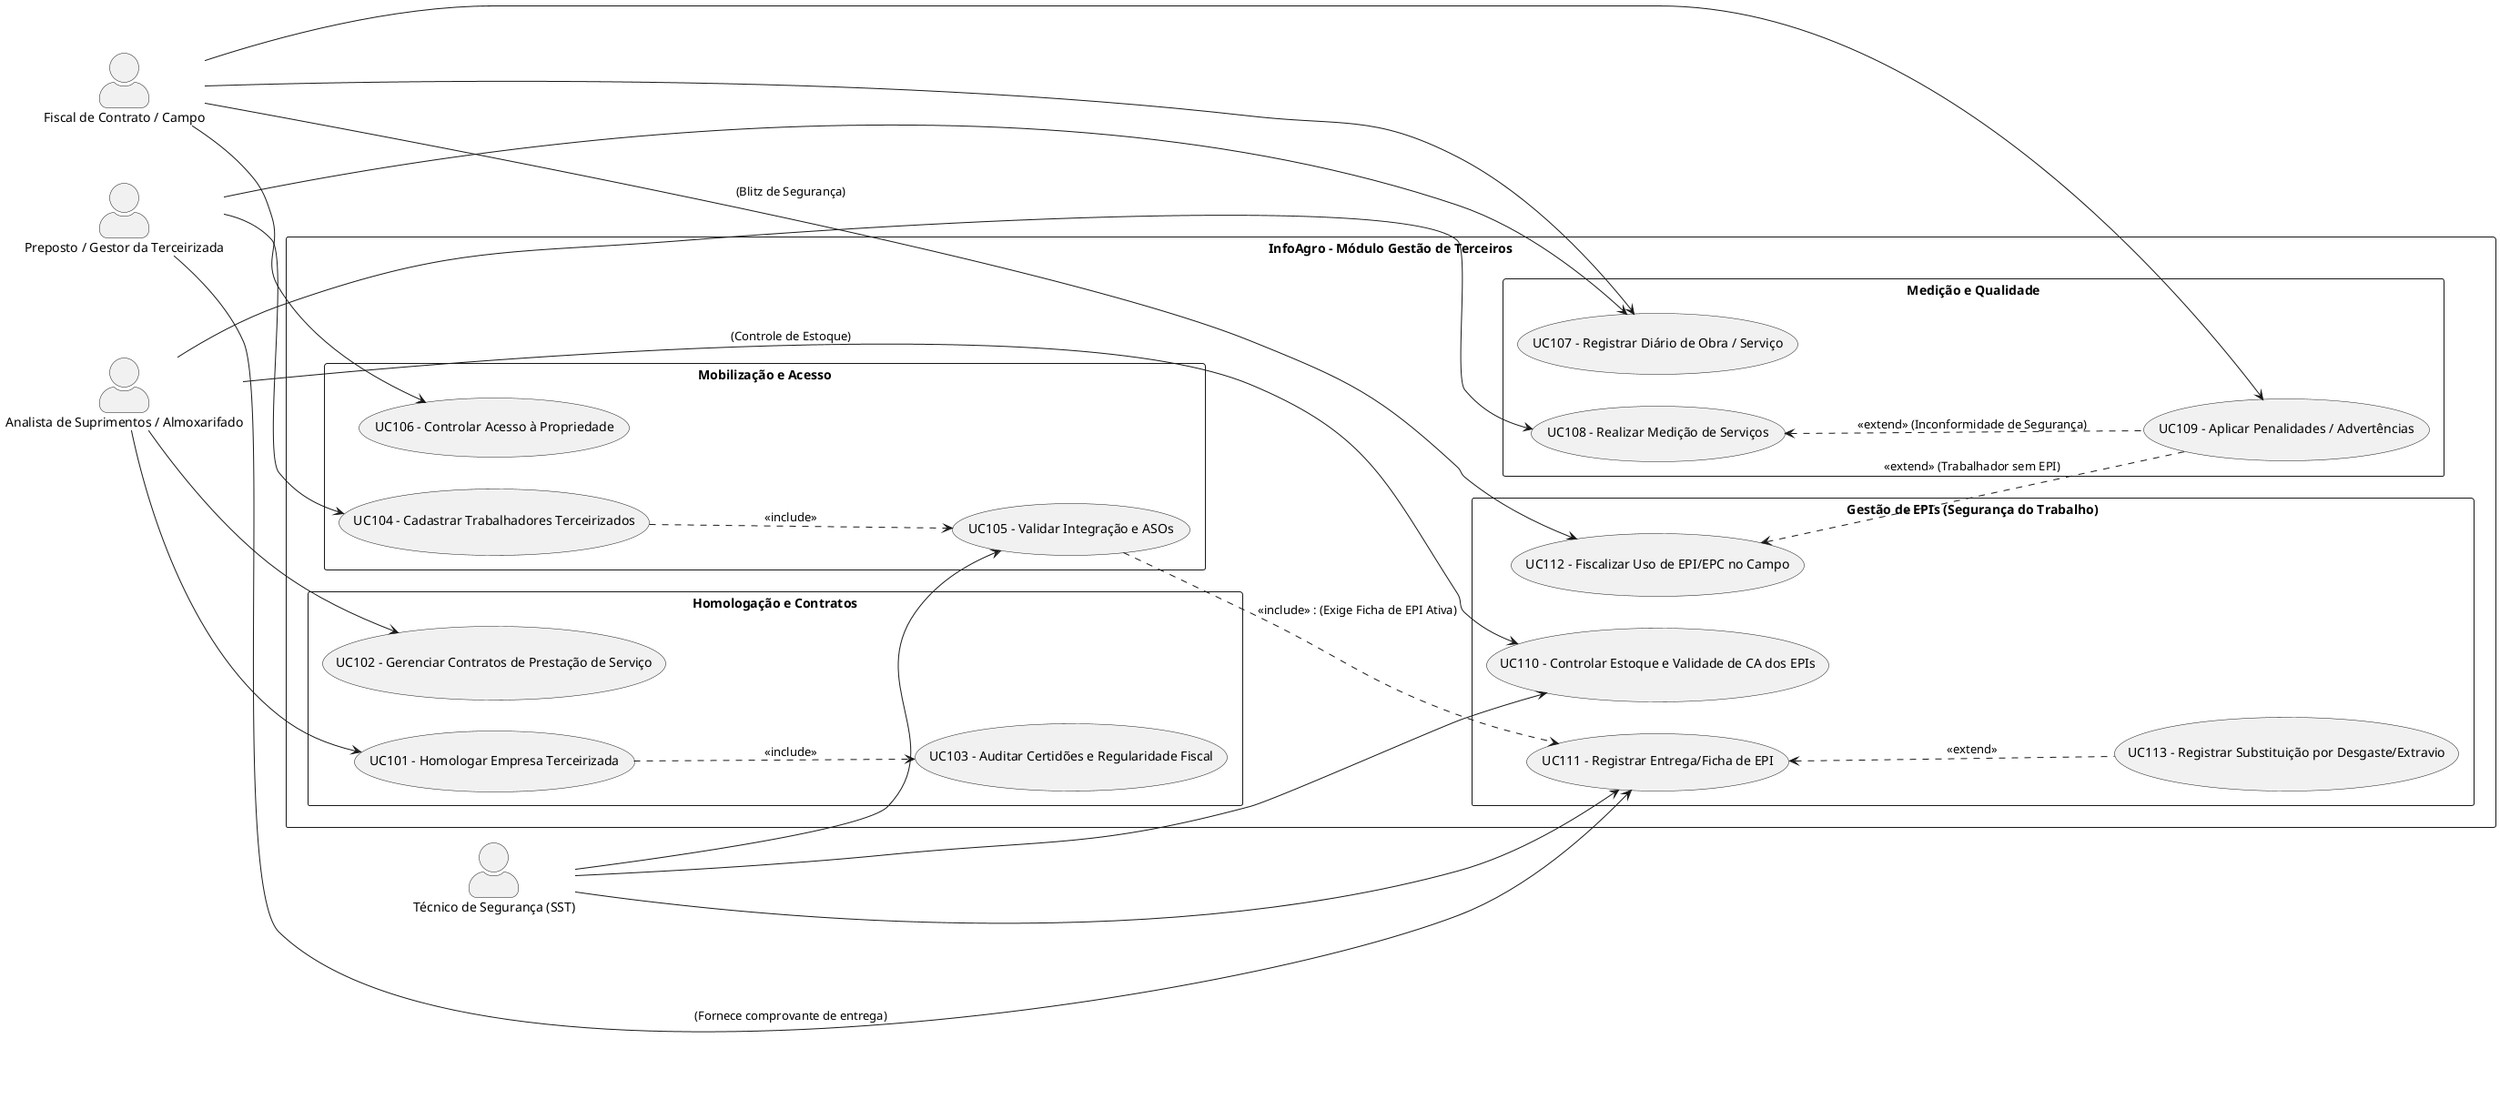
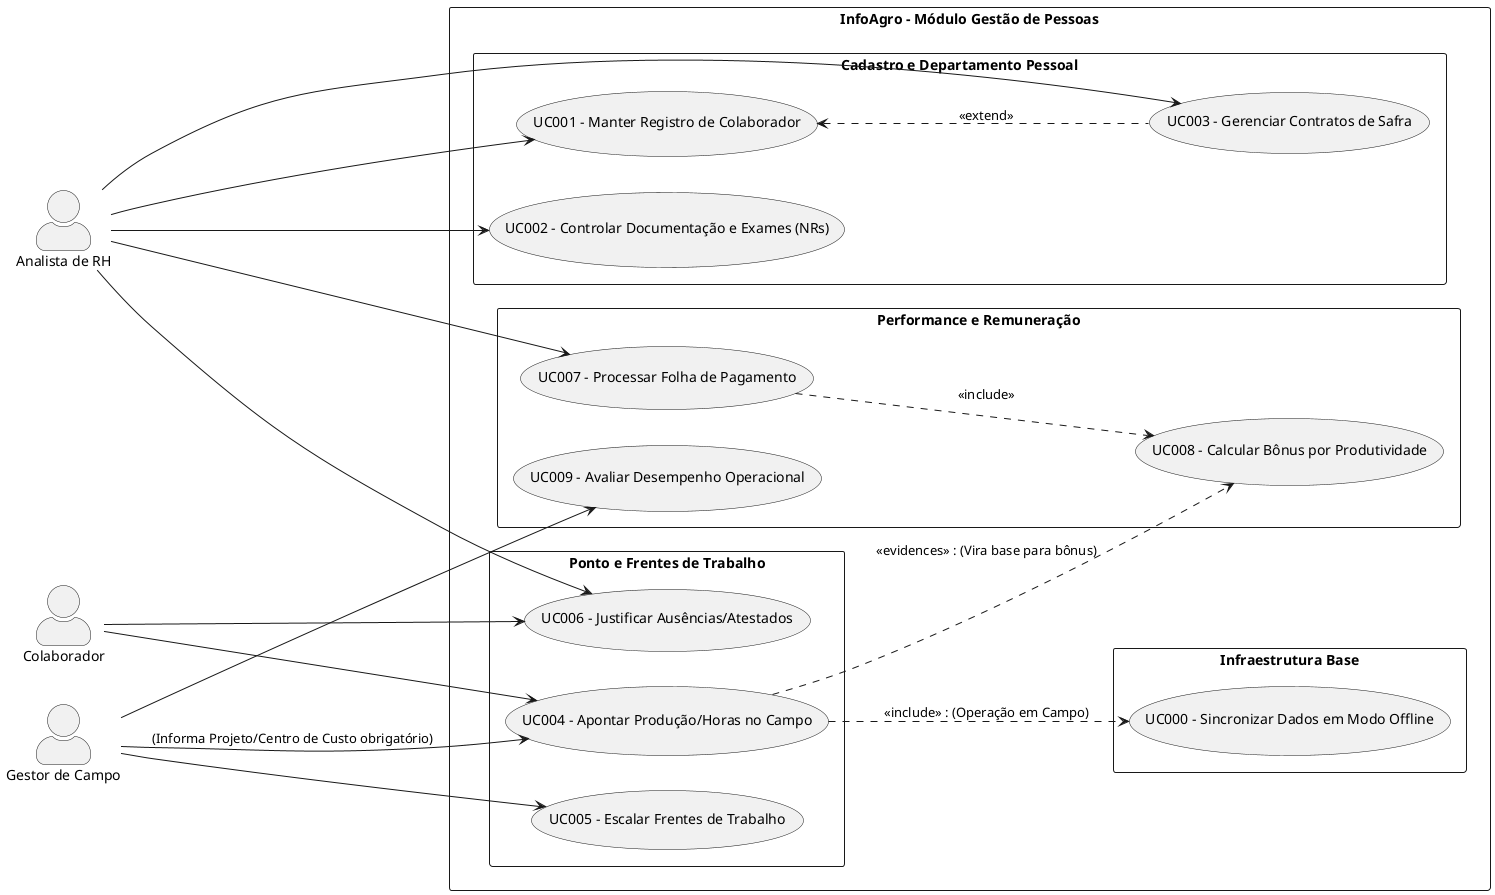
- @startuml InfoAgro - Gestão de Terceiros e EPIs
+ @startuml InfoAgro - Gestão de Pessoas Atualizado
left to right direction
skinparam packageStyle rectangle
skinparam actorStyle awesome

- actor "Analista de Suprimentos / Almoxarifado" as Suprimentos
- actor "Técnico de Segurança (SST)" as SST
- actor "Fiscal de Contrato / Campo" as Fiscal
- actor "Preposto / Gestor da Terceirizada" as Preposto
+ actor "Analista de RH" as RH
+ actor "Gestor de Campo" as Gestor
+ actor "Colaborador" as Funcionario

- rectangle "InfoAgro - Módulo Gestão de Terceiros" {
+ rectangle "InfoAgro - Módulo Gestão de Pessoas" {

-     package "Homologação e Contratos" {
-         usecase "UC101 - Homologar Empresa Terceirizada" as UC101
-         usecase "UC102 - Gerenciar Contratos de Prestação de Serviço" as UC102
-         usecase "UC103 - Auditar Certidões e Regularidade Fiscal" as UC103
+     package "Infraestrutura Base" {
+         usecase "UC000 - Sincronizar Dados em Modo Offline" as UC000
    }

-     package "Mobilização e Acesso" {
-         usecase "UC104 - Cadastrar Trabalhadores Terceirizados" as UC104
-         usecase "UC105 - Validar Integração e ASOs" as UC105
-         usecase "UC106 - Controlar Acesso à Propriedade" as UC106
+     package "Cadastro e Departamento Pessoal" {
+         usecase "UC001 - Manter Registro de Colaborador" as UC001
+         usecase "UC002 - Controlar Documentação e Exames (NRs)" as UC002
+         usecase "UC003 - Gerenciar Contratos de Safra" as UC003
    }

-     package "Gestão de EPIs (Segurança do Trabalho)" {
-         usecase "UC110 - Controlar Estoque e Validade de CA dos EPIs" as UC110
-         usecase "UC111 - Registrar Entrega/Ficha de EPI" as UC111
-         usecase "UC112 - Fiscalizar Uso de EPI/EPC no Campo" as UC112
-         usecase "UC113 - Registrar Substituição por Desgaste/Extravio" as UC113
+     package "Ponto e Frentes de Trabalho" {
+         usecase "UC004 - Apontar Produção/Horas no Campo" as UC004
+         usecase "UC005 - Escalar Frentes de Trabalho" as UC005
+         usecase "UC006 - Justificar Ausências/Atestados" as UC006
    }

-     package "Medição e Qualidade" {
-         usecase "UC107 - Registrar Diário de Obra / Serviço" as UC107
-         usecase "UC108 - Realizar Medição de Serviços" as UC108
-         usecase "UC109 - Aplicar Penalidades / Advertências" as UC109
+     package "Performance e Remuneração" {
+         usecase "UC007 - Processar Folha de Pagamento" as UC007
+         usecase "UC008 - Calcular Bônus por Produtividade" as UC008
+         usecase "UC009 - Avaliar Desempenho Operacional" as UC009
    }

-     ' Relacionamentos
-     UC101 ..> UC103 : <<include>>
-     UC104 ..> UC105 : <<include>>
-     UC105 ..> UC111 : <<include>> : (Exige Ficha de EPI Ativa)
-     UC108 <.. UC109 : <<extend>> (Inconformidade de Segurança)
-     UC112 <.. UC109 : <<extend>> (Trabalhador sem EPI)
-     UC111 <.. UC113 : <<extend>>
+     ' Novas amarrações de requisitos
+     UC001 <.. UC003 : <<extend>>
+     UC007 ..> UC008 : <<include>>
+ 
+     ' O apontamento agora depende da sincronização offline e alimenta a produtividade
+     UC004 ..> UC000 : <<include>> : (Operação em Campo)
+     UC004 ..> UC008 : <<evidences>> : (Vira base para bônus)
}

- ' Associações dos Atores
- Suprimentos --> UC101
- Suprimentos --> UC102
- Suprimentos --> UC108
- Suprimentos --> UC110 : (Controle de Estoque)
+ RH --> UC001
+ RH --> UC002
+ RH --> UC003
+ RH --> UC006
+ RH --> UC007

- SST --> UC105
- SST --> UC110
- SST --> UC111
+ Gestor --> UC004 : (Informa Projeto/Centro de Custo obrigatório)
+ Gestor --> UC005
+ Gestor --> UC009

- Fiscal --> UC106
- Fiscal --> UC107
- Fiscal --> UC112 : (Blitz de Segurança)
- Fiscal --> UC109
- 
- Preposto --> UC104
- Preposto --> UC107
- Preposto --> UC111 : (Fornece comprovante de entrega)
+ Funcionario --> UC004
+ Funcionario --> UC006

@enduml